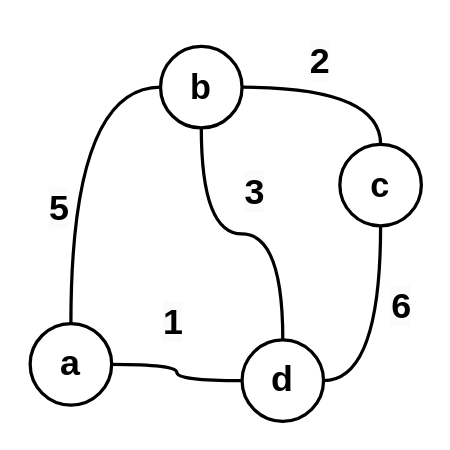
The draw.io diagram ds_graphs/drawio/graph.drawio in francisco-ricardo/ntm_post, before the edit. Source tidied: cells renumbered, new cells numbered last; positions are measured from the earlier drawing's top-left corner, leaving out a move shared by most shapes. Both pictures are drawn from the tidied source at 163%, with x=0, y=0 at pixel (29, 29).
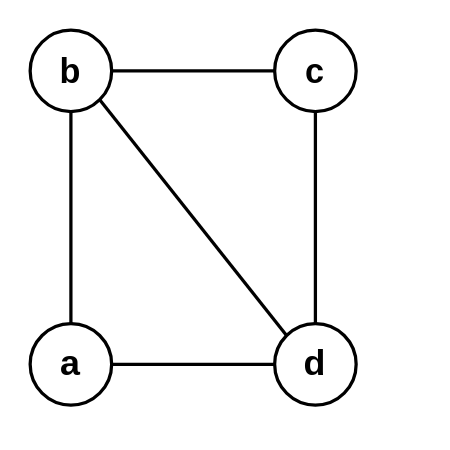
The same page after the edit.

What changed in the source:
```diff
@@
 <mxGraphModel>
   <root>
     <mxCell id="0" />
     <mxCell id="1" parent="0" />
-    <mxCell id="2" style="edgeStyle=orthogonalEdgeStyle;rounded=0;jettySize=auto;html=1;exitX=0;exitY=0.5;exitDx=0;exitDy=0;entryX=0.5;entryY=0;entryDx=0;entryDy=0;strokeWidth=2;endArrow=none;endFill=0;curved=1;" parent="1" edge="1" source="5" target="7">
+    <mxCell id="2" style="edgeStyle=orthogonalEdgeStyle;rounded=0;jettySize=auto;html=1;exitX=0.5;exitY=1;exitDx=0;exitDy=0;entryX=0.5;entryY=0;entryDx=0;entryDy=0;strokeWidth=2;endArrow=none;endFill=0;curved=1;" parent="1" edge="1" source="5" target="7">
       <mxGeometry relative="1" as="geometry" />
     </mxCell>
-    <mxCell id="3" style="edgeStyle=orthogonalEdgeStyle;rounded=0;jettySize=auto;html=1;exitX=1;exitY=0.5;exitDx=0;exitDy=0;entryX=0.5;entryY=0;entryDx=0;entryDy=0;curved=1;strokeWidth=2;endArrow=none;endFill=0;" parent="1" edge="1" source="5" target="10">
+    <mxCell id="3" style="edgeStyle=orthogonalEdgeStyle;rounded=0;jettySize=auto;html=1;exitX=1;exitY=0.5;exitDx=0;exitDy=0;entryX=0;entryY=0.5;entryDx=0;entryDy=0;curved=1;strokeWidth=2;endArrow=none;endFill=0;" parent="1" edge="1" source="5" target="10">
       <mxGeometry relative="1" as="geometry" />
     </mxCell>
-    <mxCell id="4" style="edgeStyle=orthogonalEdgeStyle;rounded=0;jettySize=auto;html=1;exitX=0.5;exitY=1;exitDx=0;exitDy=0;strokeWidth=2;endArrow=none;endFill=0;curved=1;" parent="1" edge="1" source="5" target="8">
+    <mxCell id="4" style="rounded=0;jettySize=auto;html=1;exitX=1;exitY=1;exitDx=0;exitDy=0;strokeWidth=2;endArrow=none;endFill=0;entryX=0;entryY=0;entryDx=0;entryDy=0;" parent="1" edge="1" source="5" target="8">
       <mxGeometry relative="1" as="geometry" />
     </mxCell>
     <mxCell id="5" value="&lt;font size=&quot;1&quot; style=&quot;&quot;&gt;&lt;b style=&quot;font-size: 21px;&quot;&gt;b&lt;/b&gt;&lt;/font&gt;" style="ellipse;whiteSpace=wrap;html=1;strokeWidth=2;" parent="1" vertex="1">
-      <mxGeometry x="80" y="10" width="50" height="50" as="geometry" />
+      <mxGeometry width="50" height="50" as="geometry" />
     </mxCell>
     <mxCell id="6" style="edgeStyle=orthogonalEdgeStyle;rounded=0;jettySize=auto;html=1;exitX=1;exitY=0.5;exitDx=0;exitDy=0;curved=1;endArrow=none;endFill=0;strokeWidth=2;" parent="1" edge="1" source="7" target="8">
       <mxGeometry relative="1" as="geometry" />
     </mxCell>
     <mxCell id="7" value="&lt;b style=&quot;font-size: 22px;&quot;&gt;a&lt;/b&gt;" style="ellipse;whiteSpace=wrap;html=1;strokeWidth=2;" parent="1" vertex="1">
       <mxGeometry y="180" width="50" height="50" as="geometry" />
     </mxCell>
     <mxCell id="8" value="&lt;font size=&quot;1&quot; style=&quot;&quot;&gt;&lt;b style=&quot;font-size: 22px;&quot;&gt;d&lt;/b&gt;&lt;/font&gt;" style="ellipse;whiteSpace=wrap;html=1;strokeWidth=2;" parent="1" vertex="1">
-      <mxGeometry x="130" y="190" width="50" height="50" as="geometry" />
+      <mxGeometry x="150" y="180" width="50" height="50" as="geometry" />
     </mxCell>
-    <mxCell id="9" style="edgeStyle=orthogonalEdgeStyle;rounded=0;jettySize=auto;html=1;exitX=0.5;exitY=1;exitDx=0;exitDy=0;entryX=1;entryY=0.5;entryDx=0;entryDy=0;curved=1;strokeWidth=2;endArrow=none;endFill=0;" parent="1" edge="1" source="10" target="8">
+    <mxCell id="9" style="edgeStyle=orthogonalEdgeStyle;rounded=0;jettySize=auto;html=1;exitX=0.5;exitY=1;exitDx=0;exitDy=0;entryX=0.5;entryY=0;entryDx=0;entryDy=0;curved=1;strokeWidth=2;endArrow=none;endFill=0;" parent="1" edge="1" source="10" target="8">
       <mxGeometry relative="1" as="geometry" />
     </mxCell>
     <mxCell id="10" value="&lt;font size=&quot;1&quot; style=&quot;&quot;&gt;&lt;b style=&quot;font-size: 21px;&quot;&gt;c&lt;/b&gt;&lt;/font&gt;" style="ellipse;whiteSpace=wrap;html=1;strokeWidth=2;" parent="1" vertex="1">
-      <mxGeometry x="190" y="70" width="50" height="50" as="geometry" />
+      <mxGeometry x="150" width="50" height="50" as="geometry" />
     </mxCell>
-    <mxCell id="11" value="&lt;b style=&quot;forced-color-adjust: none; color: rgb(0, 0, 0); font-family: Helvetica; font-style: normal; font-variant-ligatures: normal; font-variant-caps: normal; letter-spacing: normal; orphans: 2; text-align: center; text-indent: 0px; text-transform: none; widows: 2; word-spacing: 0px; -webkit-text-stroke-width: 0px; white-space: normal; background-color: rgb(251, 251, 251); text-decoration-thickness: initial; text-decoration-style: initial; text-decoration-color: initial; font-size: 22px;&quot;&gt;1&lt;/b&gt;" style="text;whiteSpace=wrap;html=1;" parent="1" vertex="1">
-      <mxGeometry x="80" y="160" width="20" height="30" as="geometry" />
-    </mxCell>
-    <mxCell id="12" value="&lt;b style=&quot;forced-color-adjust: none; color: rgb(0, 0, 0); font-family: Helvetica; font-style: normal; font-variant-ligatures: normal; font-variant-caps: normal; letter-spacing: normal; orphans: 2; text-align: center; text-indent: 0px; text-transform: none; widows: 2; word-spacing: 0px; -webkit-text-stroke-width: 0px; white-space: normal; background-color: rgb(251, 251, 251); text-decoration-thickness: initial; text-decoration-style: initial; text-decoration-color: initial; font-size: 22px;&quot;&gt;6&lt;/b&gt;" style="text;whiteSpace=wrap;html=1;" parent="1" vertex="1">
-      <mxGeometry x="220" y="150" width="20" height="30" as="geometry" />
-    </mxCell>
-    <mxCell id="13" value="&lt;b style=&quot;forced-color-adjust: none; color: rgb(0, 0, 0); font-family: Helvetica; font-style: normal; font-variant-ligatures: normal; font-variant-caps: normal; letter-spacing: normal; orphans: 2; text-align: center; text-indent: 0px; text-transform: none; widows: 2; word-spacing: 0px; -webkit-text-stroke-width: 0px; white-space: normal; background-color: rgb(251, 251, 251); text-decoration-thickness: initial; text-decoration-style: initial; text-decoration-color: initial; font-size: 22px;&quot;&gt;5&lt;/b&gt;" style="text;whiteSpace=wrap;html=1;" parent="1" vertex="1">
-      <mxGeometry x="10" y="90" width="20" height="30" as="geometry" />
-    </mxCell>
-    <mxCell id="14" value="&lt;b style=&quot;forced-color-adjust: none; color: rgb(0, 0, 0); font-family: Helvetica; font-style: normal; font-variant-ligatures: normal; font-variant-caps: normal; letter-spacing: normal; orphans: 2; text-align: center; text-indent: 0px; text-transform: none; widows: 2; word-spacing: 0px; -webkit-text-stroke-width: 0px; white-space: normal; background-color: rgb(251, 251, 251); text-decoration-thickness: initial; text-decoration-style: initial; text-decoration-color: initial; font-size: 22px;&quot;&gt;3&lt;/b&gt;" style="text;whiteSpace=wrap;html=1;" parent="1" vertex="1">
-      <mxGeometry x="130" y="80" width="20" height="30" as="geometry" />
-    </mxCell>
-    <mxCell id="15" value="&lt;b style=&quot;forced-color-adjust: none; color: rgb(0, 0, 0); font-family: Helvetica; font-style: normal; font-variant-ligatures: normal; font-variant-caps: normal; letter-spacing: normal; orphans: 2; text-align: center; text-indent: 0px; text-transform: none; widows: 2; word-spacing: 0px; -webkit-text-stroke-width: 0px; white-space: normal; background-color: rgb(251, 251, 251); text-decoration-thickness: initial; text-decoration-style: initial; text-decoration-color: initial; font-size: 22px;&quot;&gt;2&lt;/b&gt;" style="text;whiteSpace=wrap;html=1;" parent="1" vertex="1">
-      <mxGeometry x="170" width="20" height="30" as="geometry" />
-    </mxCell>
   </root>
 </mxGraphModel>
```
